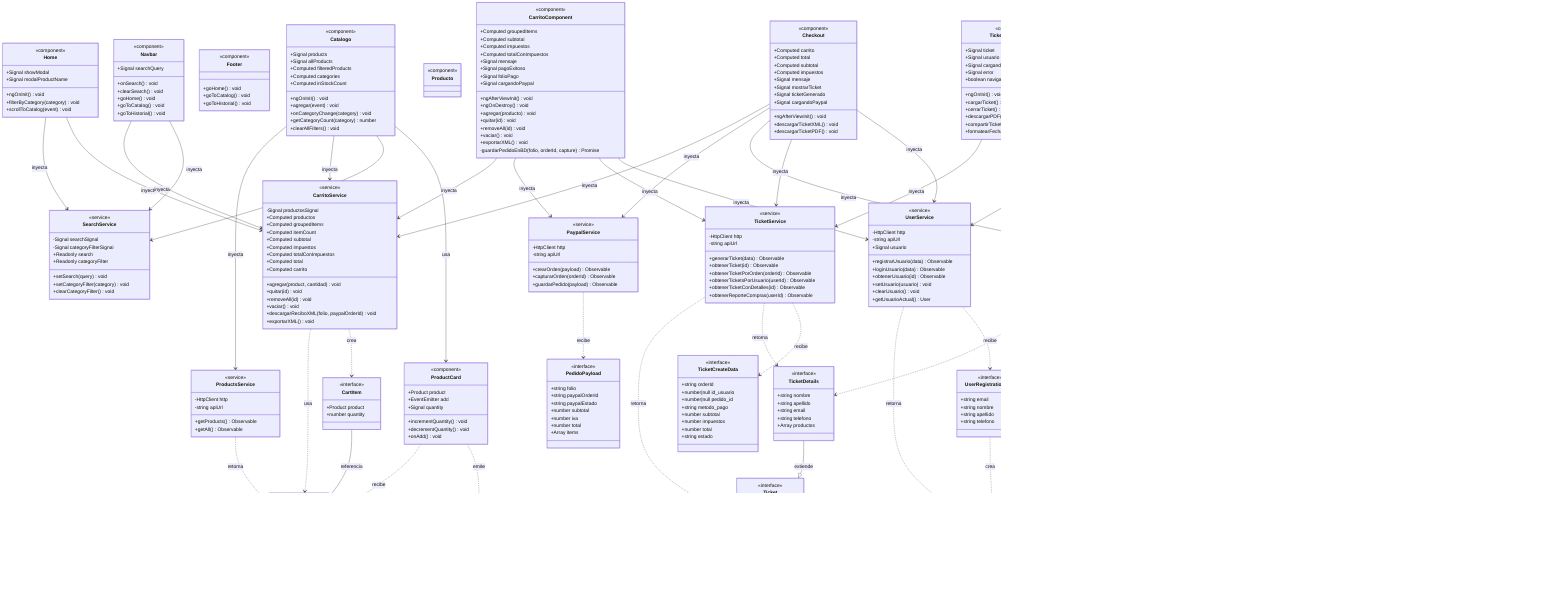
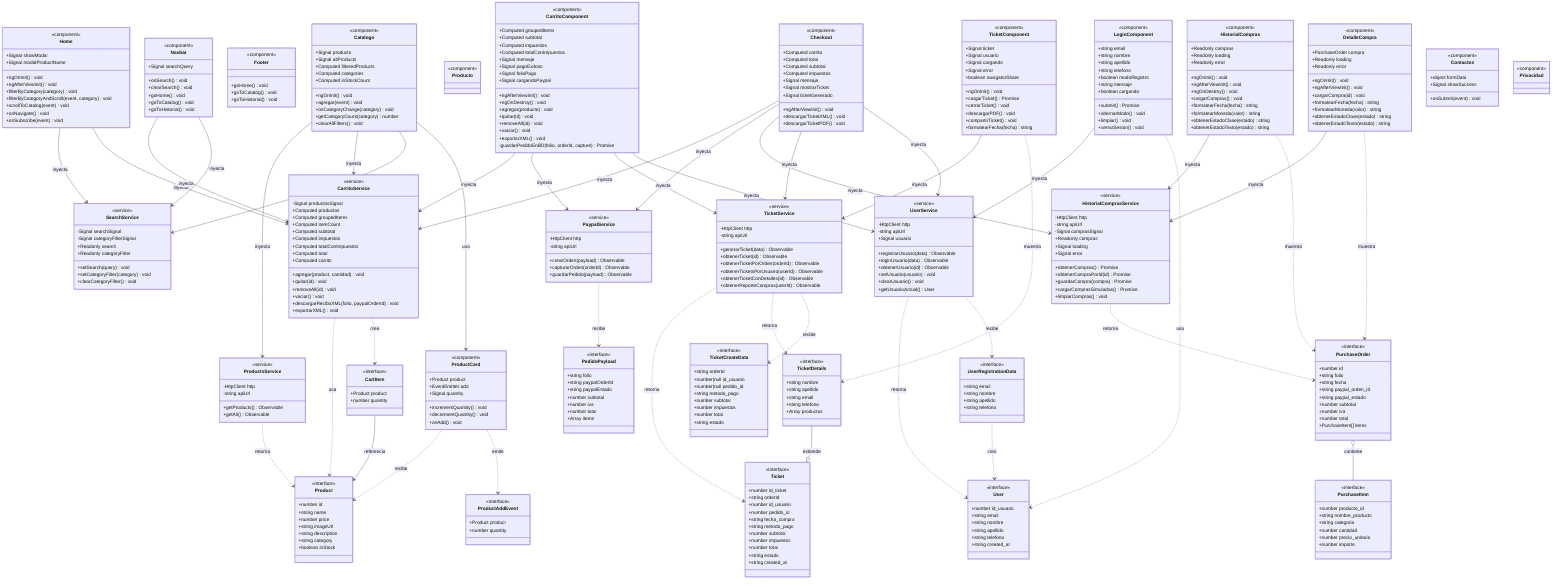
classDiagram
direction TB

%% ─── MODELOS ───────────────────────────────────────────────

class Product {
    <<interface>>
    +number id
    +string name
    +number price
    +string imageUrl
    +string description
    +string category
    +boolean inStock
}

class PurchaseItem {
    <<interface>>
    +number producto_id
    +string nombre_producto
    +string categoria
    +number cantidad
    +number precio_unitario
    +number importe
}

class PurchaseOrder {
    <<interface>>
    +number id
    +string folio
    +string fecha
    +string paypal_orden_id
    +string paypal_estado
    +number subtotal
    +number iva
    +number total
    +PurchaseItem[] items
}

class CartItem {
    <<interface>>
    +Product product
    +number quantity
}

class User {
    <<interface>>
    +number id_usuario
    +string email
    +string nombre
    +string apellido
    +string telefono
    +string created_at
}

class UserRegistrationData {
    <<interface>>
    +string email
    +string nombre
    +string apellido
    +string telefono
}

class Ticket {
    <<interface>>
    +number id_ticket
    +string orderId
    +number id_usuario
    +number pedido_id
    +string fecha_compra
    +string metodo_pago
    +number subtotal
    +number impuestos
    +number total
    +string estado
    +string created_at
}

class TicketDetails {
    <<interface>>
    +string nombre
    +string apellido
    +string email
    +string telefono
    +Array productos
}

class TicketCreateData {
    <<interface>>
    +string orderId
    +number|null id_usuario
    +number|null pedido_id
    +string metodo_pago
    +number subtotal
    +number impuestos
    +number total
    +string estado
}

class PedidoPayload {
    <<interface>>
    +string folio
    +string paypalOrderId
    +string paypalEstado
    +number subtotal
    +number iva
    +number total
    +Array items
}

class ProductAddEvent {
    <<interface>>
    +Product product
    +number quantity
}

%% ─── SERVICIOS ─────────────────────────────────────────────

class ProductsService {
    <<service>>
    -HttpClient http
    -string apiUrl
    +getProducts() Observable
    +getAll() Observable
}

class CarritoService {
    <<service>>
    -Signal productosSignal
    +Computed productos
    +Computed groupedItems
    +Computed itemCount
    +Computed subtotal
    +Computed impuestos
    +Computed totalConImpuestos
    +Computed total
    +Computed carrito
    +agregar(product, cantidad) void
    +quitar(id) void
    +removeAll(id) void
    +vaciar() void
    +descargarReciboXML(folio, paypalOrderId) void
    +exportarXML() void
}

class SearchService {
    <<service>>
    -Signal searchSignal
    -Signal categoryFilterSignal
    +Readonly search
    +Readonly categoryFilter
    +setSearch(query) void
    +setCategoryFilter(category) void
    +clearCategoryFilter() void
}

class PaypalService {
    <<service>>
    -HttpClient http
    -string apiUrl
    +crearOrden(payload) Observable
    +capturarOrden(orderId) Observable
    +guardarPedido(payload) Observable
}

class HistorialComprasService {
    <<service>>
    -HttpClient http
    -string apiUrl
    -Signal comprasSignal
    +Readonly compras
    +Signal loading
    +Signal error
    +obtenerCompras() Promise
    +obtenerCompraPorId(id) Promise
    +guardarCompra(compra) Promise
    +cargarComprasSimuladas() Promise
    +limpiarCompras() void
}

class UserService {
    <<service>>
    -HttpClient http
    -string apiUrl
    +Signal usuario
    +registrarUsuario(data) Observable
    +loginUsuario(data) Observable
    +obtenerUsuario(id) Observable
    +setUsuario(usuario) void
    +clearUsuario() void
    +getUsuarioActual() User
}

class TicketService {
    <<service>>
    -HttpClient http
    -string apiUrl
    +generarTicket(data) Observable
    +obtenerTicket(id) Observable
    +obtenerTicketPorOrden(orderId) Observable
    +obtenerTicketsPorUsuario(userId) Observable
    +obtenerTicketConDetalles(id) Observable
    +obtenerReporteCompras(userId) Observable
}

%% ─── COMPONENTES ────────────────────────────────────────────

class Home {
    <<component>>
    +Signal showModal
    +Signal modalProductName
    +ngOnInit() void
+     +ngAfterViewInit() void
    +filterByCategory(category) void
+     +filterByCategoryAndScroll(event, category) void
    +scrollToCatalog(event) void
+     +onNavigate() void
+     +onSubscribe(event) void
}

class Navbar {
    <<component>>
    +Signal searchQuery
    +onSearch() void
    +clearSearch() void
    +goHome() void
    +goToCatalog() void
    +goToHistorial() void
}

class Footer {
    <<component>>
    +goHome() void
    +goToCatalog() void
    +goToHistorial() void
}

class Catalogo {
    <<component>>
    +Signal products
    +Signal allProducts
    +Computed filteredProducts
    +Computed categories
    +Computed inStockCount
    +ngOnInit() void
    +agregar(event) void
    +onCategoryChange(category) void
    +getCategoryCount(category) number
    +clearAllFilters() void
}

class ProductCard {
    <<component>>
    +Product product
    +EventEmitter add
    +Signal quantity
    +incrementQuantity() void
    +decrementQuantity() void
    +onAdd() void
}

class Producto {
    <<component>>
}

class CarritoComponent {
    <<component>>
    +Computed groupedItems
    +Computed subtotal
    +Computed impuestos
    +Computed totalConImpuestos
    +Signal mensaje
    +Signal pagoExitoso
    +Signal folioPago
    +Signal cargandoPaypal
    +ngAfterViewInit() void
    +ngOnDestroy() void
    +agregar(producto) void
    +quitar(id) void
    +removeAll(id) void
    +vaciar() void
    +exportarXML() void
    -guardarPedidoEnBD(folio, orderId, capture) Promise
}

class Checkout {
    <<component>>
    +Computed carrito
    +Computed total
    +Computed subtotal
    +Computed impuestos
    +Signal mensaje
    +Signal mostrarTicket
    +Signal ticketGenerado
-     +Signal cargandoPaypal
    +ngAfterViewInit() void
    +descargarTicketXML() void
    +descargarTicketPDF() void
}

class LoginComponent {
    <<component>>
    +string email
    +string nombre
    +string apellido
    +string telefono
    +boolean modoRegistro
    +string mensaje
    +boolean cargando
    +submit() Promise
    +alternarModo() void
    +limpiar() void
    +cerrarSesion() void
}

class HistorialCompras {
    <<component>>
    +Readonly compras
    +Readonly loading
    +Readonly error
    +ngOnInit() void
+     +ngAfterViewInit() void
+     +ngOnDestroy() void
    +cargarCompras() void
    +formatearFecha(fecha) string
    +formatearMoneda(valor) string
+     +obtenerEstadoClase(estado) string
+     +obtenerEstadoTexto(estado) string
}

class DetalleCompra {
    <<component>>
    +PurchaseOrder compra
    +Readonly loading
    +Readonly error
    +ngOnInit() void
+     +ngAfterViewInit() void
    +cargarCompra(id) void
    +formatearFecha(fecha) string
    +formatearMoneda(valor) string
+     +obtenerEstadoClase(estado) string
+     +obtenerEstadoTexto(estado) string
}

class TicketComponent {
    <<component>>
    +Signal ticket
    +Signal usuario
    +Signal cargando
    +Signal error
    +boolean navigatorShare
    +ngOnInit() void
    +cargarTicket() Promise
    +cerrarTicket() void
    +descargarPDF() void
    +compartirTicket() void
    +formatearFecha(fecha) string
}

class Contactos {
    <<component>>
    +object formData
    +Signal showSuccess
    +onSubmit(event) void
}

class Privacidad {
    <<component>>
}

%% ─── RELACIONES MODELOS ──────────────────────────────────────
PurchaseOrder o-- PurchaseItem : contiene
TicketDetails --|> Ticket : extiende
CartItem --> Product : referencia
UserRegistrationData ..> User : crea

%% ─── RELACIONES SERVICIOS → MODELOS ─────────────────────────
ProductsService ..> Product : retorna
CarritoService ..> Product : usa
CarritoService ..> CartItem : crea
PaypalService ..> PedidoPayload : recibe
HistorialComprasService ..> PurchaseOrder : retorna
UserService ..> User : retorna
UserService ..> UserRegistrationData : recibe
TicketService ..> Ticket : retorna
TicketService ..> TicketDetails : retorna
TicketService ..> TicketCreateData : recibe

%% ─── RELACIONES COMPONENTES → SERVICIOS ─────────────────────
Catalogo --> ProductsService : inyecta
Catalogo --> CarritoService : inyecta
Catalogo --> SearchService : inyecta
Catalogo --> ProductCard : usa

Home --> SearchService : inyecta
Home --> CarritoService : inyecta

Navbar --> CarritoService : inyecta
Navbar --> SearchService : inyecta

CarritoComponent --> CarritoService : inyecta
CarritoComponent --> PaypalService : inyecta
CarritoComponent --> TicketService : inyecta
CarritoComponent --> UserService : inyecta

Checkout --> CarritoService : inyecta
Checkout --> PaypalService : inyecta
Checkout --> HistorialComprasService : inyecta
Checkout --> TicketService : inyecta
Checkout --> UserService : inyecta

HistorialCompras --> HistorialComprasService : inyecta
DetalleCompra --> HistorialComprasService : inyecta

LoginComponent --> UserService : inyecta

TicketComponent --> TicketService : inyecta

%% ─── RELACIONES COMPONENTES → MODELOS ───────────────────────
ProductCard ..> Product : recibe
ProductCard ..> ProductAddEvent : emite
HistorialCompras ..> PurchaseOrder : muestra
DetalleCompra ..> PurchaseOrder : muestra
LoginComponent ..> User : usa
TicketComponent ..> TicketDetails : muestra
